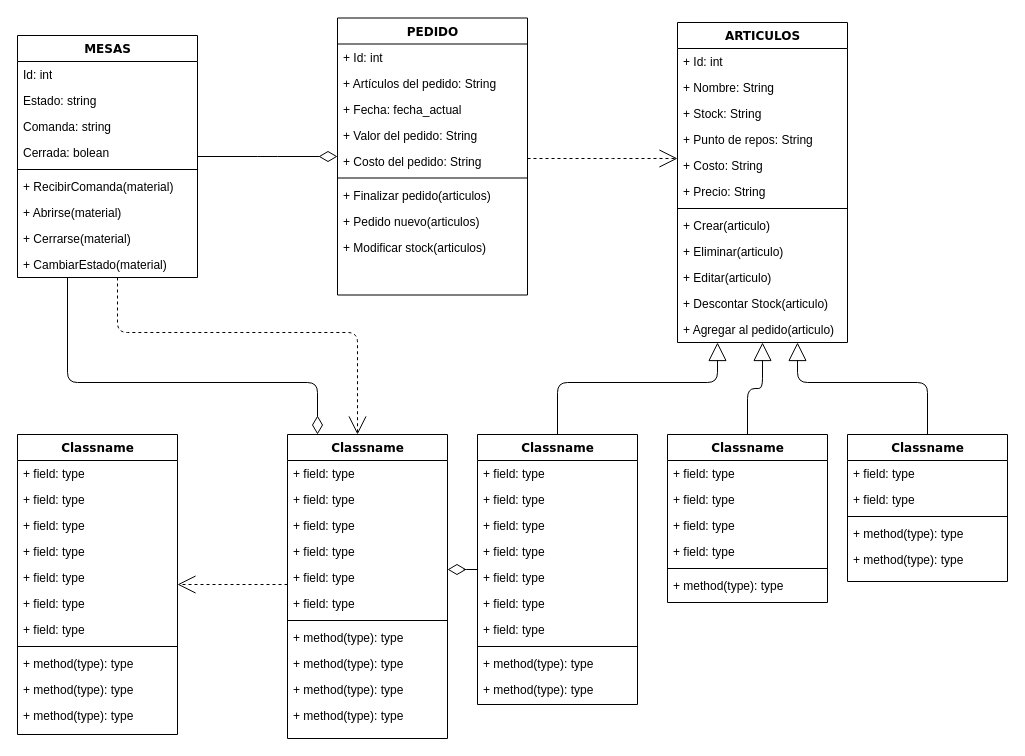
Before: Diagrama sin título.drawio in Dighitalsoluciones/bkparrillaelfogon, a draw.io diagram. Source tidied: cells renumbered, new cells numbered last; positions are measured from the earlier drawing's top-left corner, leaving out a move shared by most shapes. Both pictures are drawn from the tidied source at 100%, with x=0, y=0 at pixel (17, 18).
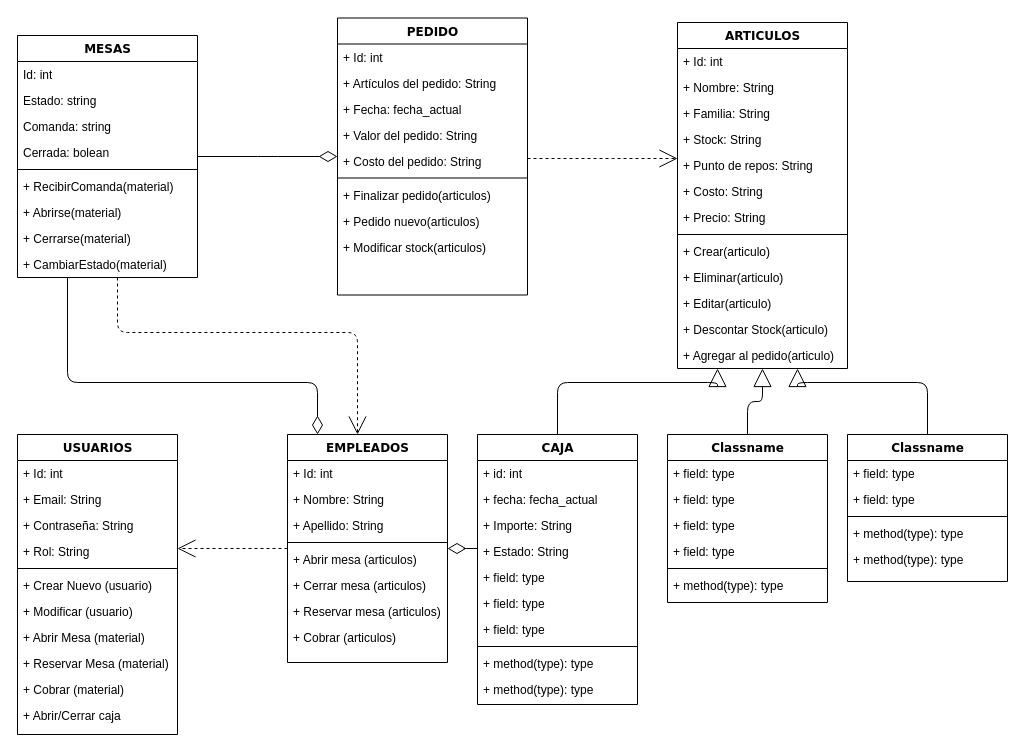
The same diagram, later.

Change to the diagram source:
```diff
@@
     <mxCell id="25" value="ARTICULOS" style="swimlane;html=1;fontStyle=1;align=center;verticalAlign=top;horizontal=1;startSize=26;swimlaneFillColor=#ffffff;rounded=0;shadow=0;comic=0;labelBackgroundColor=none;strokeWidth=1;fillColor=none;fontFamily=Verdana;fontSize=12;" parent="1" vertex="1">
-      <mxGeometry x="660" y="4" width="170" height="320" as="geometry" />
+      <mxGeometry x="660" y="4" width="170" height="346" as="geometry" />
     </mxCell>
@@
+    <mxCell id="92" value="+ Familia: String" style="text;html=1;strokeColor=none;fillColor=none;align=left;verticalAlign=top;spacingLeft=4;spacingRight=4;whiteSpace=wrap;overflow=hidden;" parent="25" vertex="1">
+      <mxGeometry y="78" width="170" height="26" as="geometry" />
+    </mxCell>
     <mxCell id="28" value="+ Stock: String" style="text;html=1;strokeColor=none;fillColor=none;align=left;verticalAlign=top;spacingLeft=4;spacingRight=4;whiteSpace=wrap;overflow=hidden;" parent="25" vertex="1">
-      <mxGeometry y="78" width="170" height="26" as="geometry" />
+      <mxGeometry y="104" width="170" height="26" as="geometry" />
     </mxCell>
     <mxCell id="29" value="+ Punto de repos: String" style="text;html=1;strokeColor=none;fillColor=none;align=left;verticalAlign=top;spacingLeft=4;spacingRight=4;whiteSpace=wrap;overflow=hidden;" parent="25" vertex="1">
-      <mxGeometry y="104" width="170" height="26" as="geometry" />
+      <mxGeometry y="130" width="170" height="26" as="geometry" />
     </mxCell>
     <mxCell id="30" value="+ Costo: String" style="text;html=1;strokeColor=none;fillColor=none;align=left;verticalAlign=top;spacingLeft=4;spacingRight=4;whiteSpace=wrap;overflow=hidden;" parent="25" vertex="1">
-      <mxGeometry y="130" width="170" height="26" as="geometry" />
+      <mxGeometry y="156" width="170" height="26" as="geometry" />
     </mxCell>
     <mxCell id="31" value="+ Precio: String" style="text;html=1;strokeColor=none;fillColor=none;align=left;verticalAlign=top;spacingLeft=4;spacingRight=4;whiteSpace=wrap;overflow=hidden;" parent="25" vertex="1">
-      <mxGeometry y="156" width="170" height="26" as="geometry" />
+      <mxGeometry y="182" width="170" height="26" as="geometry" />
     </mxCell>
     <mxCell id="32" style="line;html=1;strokeWidth=1;fillColor=none;align=left;verticalAlign=middle;spacingTop=-1;spacingLeft=3;spacingRight=3;labelPosition=right;" parent="25" vertex="1">
-      <mxGeometry y="182" width="170" height="8" as="geometry" />
+      <mxGeometry y="208" width="170" height="8" as="geometry" />
     </mxCell>
     <mxCell id="33" value="+ Crear(articulo)" style="text;html=1;strokeColor=none;fillColor=none;align=left;verticalAlign=top;spacingLeft=4;spacingRight=4;whiteSpace=wrap;overflow=hidden;" parent="25" vertex="1">
-      <mxGeometry y="190" width="170" height="26" as="geometry" />
+      <mxGeometry y="216" width="170" height="26" as="geometry" />
     </mxCell>
     <mxCell id="34" value="+ Eliminar(articulo)" style="text;html=1;strokeColor=none;fillColor=none;align=left;verticalAlign=top;spacingLeft=4;spacingRight=4;whiteSpace=wrap;overflow=hidden;" parent="25" vertex="1">
-      <mxGeometry y="216" width="170" height="26" as="geometry" />
+      <mxGeometry y="242" width="170" height="26" as="geometry" />
     </mxCell>
     <mxCell id="35" value="+ Editar(articulo)" style="text;html=1;strokeColor=none;fillColor=none;align=left;verticalAlign=top;spacingLeft=4;spacingRight=4;whiteSpace=wrap;overflow=hidden;" parent="25" vertex="1">
-      <mxGeometry y="242" width="170" height="26" as="geometry" />
+      <mxGeometry y="268" width="170" height="26" as="geometry" />
     </mxCell>
     <mxCell id="36" value="+ Descontar Stock(articulo)" style="text;html=1;strokeColor=none;fillColor=none;align=left;verticalAlign=top;spacingLeft=4;spacingRight=4;whiteSpace=wrap;overflow=hidden;" parent="25" vertex="1">
-      <mxGeometry y="268" width="170" height="26" as="geometry" />
+      <mxGeometry y="294" width="170" height="26" as="geometry" />
     </mxCell>
     <mxCell id="37" value="+ Agregar al pedido(articulo)" style="text;html=1;strokeColor=none;fillColor=none;align=left;verticalAlign=top;spacingLeft=4;spacingRight=4;whiteSpace=wrap;overflow=hidden;" parent="25" vertex="1">
-      <mxGeometry y="294" width="170" height="26" as="geometry" />
+      <mxGeometry y="320" width="170" height="26" as="geometry" />
     </mxCell>
@@
-    <mxCell id="39" value="Classname" style="swimlane;html=1;fontStyle=1;align=center;verticalAlign=top;horizontal=1;startSize=26;swimlaneFillColor=#ffffff;rounded=0;shadow=0;comic=0;labelBackgroundColor=none;strokeWidth=1;fillColor=none;fontFamily=Verdana;fontSize=12;" parent="1" vertex="1">
+    <mxCell id="39" value="USUARIOS" style="swimlane;html=1;fontStyle=1;align=center;verticalAlign=top;horizontal=1;startSize=26;swimlaneFillColor=#ffffff;rounded=0;shadow=0;comic=0;labelBackgroundColor=none;strokeWidth=1;fillColor=none;fontFamily=Verdana;fontSize=12;" parent="1" vertex="1">
       <mxGeometry y="416" width="160" height="300" as="geometry" />
     </mxCell>
-    <mxCell id="40" value="+ field: type" style="text;html=1;strokeColor=none;fillColor=none;align=left;verticalAlign=top;spacingLeft=4;spacingRight=4;whiteSpace=wrap;overflow=hidden;" parent="39" vertex="1">
+    <mxCell id="40" value="+ Id: int" style="text;html=1;strokeColor=none;fillColor=none;align=left;verticalAlign=top;spacingLeft=4;spacingRight=4;whiteSpace=wrap;overflow=hidden;" parent="39" vertex="1">
       <mxGeometry y="26" width="160" height="26" as="geometry" />
     </mxCell>
-    <mxCell id="41" value="+ field: type" style="text;html=1;strokeColor=none;fillColor=none;align=left;verticalAlign=top;spacingLeft=4;spacingRight=4;whiteSpace=wrap;overflow=hidden;" parent="39" vertex="1">
+    <mxCell id="41" value="+ Email: String" style="text;html=1;strokeColor=none;fillColor=none;align=left;verticalAlign=top;spacingLeft=4;spacingRight=4;whiteSpace=wrap;overflow=hidden;" parent="39" vertex="1">
       <mxGeometry y="52" width="160" height="26" as="geometry" />
     </mxCell>
-    <mxCell id="42" value="+ field: type" style="text;html=1;strokeColor=none;fillColor=none;align=left;verticalAlign=top;spacingLeft=4;spacingRight=4;whiteSpace=wrap;overflow=hidden;" parent="39" vertex="1">
+    <mxCell id="42" value="+ Contraseña: String" style="text;html=1;strokeColor=none;fillColor=none;align=left;verticalAlign=top;spacingLeft=4;spacingRight=4;whiteSpace=wrap;overflow=hidden;" parent="39" vertex="1">
       <mxGeometry y="78" width="160" height="26" as="geometry" />
     </mxCell>
-    <mxCell id="43" value="+ field: type" style="text;html=1;strokeColor=none;fillColor=none;align=left;verticalAlign=top;spacingLeft=4;spacingRight=4;whiteSpace=wrap;overflow=hidden;" parent="39" vertex="1">
+    <mxCell id="43" value="+ Rol: String" style="text;html=1;strokeColor=none;fillColor=none;align=left;verticalAlign=top;spacingLeft=4;spacingRight=4;whiteSpace=wrap;overflow=hidden;" parent="39" vertex="1">
       <mxGeometry y="104" width="160" height="26" as="geometry" />
     </mxCell>
-    <mxCell id="44" value="+ field: type" style="text;html=1;strokeColor=none;fillColor=none;align=left;verticalAlign=top;spacingLeft=4;spacingRight=4;whiteSpace=wrap;overflow=hidden;" parent="39" vertex="1">
-      <mxGeometry y="130" width="160" height="26" as="geometry" />
-    </mxCell>
-    <mxCell id="45" value="+ field: type" style="text;html=1;strokeColor=none;fillColor=none;align=left;verticalAlign=top;spacingLeft=4;spacingRight=4;whiteSpace=wrap;overflow=hidden;" parent="39" vertex="1">
-      <mxGeometry y="156" width="160" height="26" as="geometry" />
-    </mxCell>
-    <mxCell id="46" value="+ field: type" style="text;html=1;strokeColor=none;fillColor=none;align=left;verticalAlign=top;spacingLeft=4;spacingRight=4;whiteSpace=wrap;overflow=hidden;" parent="39" vertex="1">
-      <mxGeometry y="182" width="160" height="26" as="geometry" />
-    </mxCell>
     <mxCell id="47" style="line;html=1;strokeWidth=1;fillColor=none;align=left;verticalAlign=middle;spacingTop=-1;spacingLeft=3;spacingRight=3;labelPosition=right;" parent="39" vertex="1">
-      <mxGeometry y="208" width="160" height="8" as="geometry" />
+      <mxGeometry y="130" width="160" height="8" as="geometry" />
     </mxCell>
-    <mxCell id="48" value="+ method(type): type" style="text;html=1;strokeColor=none;fillColor=none;align=left;verticalAlign=top;spacingLeft=4;spacingRight=4;whiteSpace=wrap;overflow=hidden;" parent="39" vertex="1">
-      <mxGeometry y="216" width="160" height="26" as="geometry" />
+    <mxCell id="48" value="+ Crear Nuevo (usuario)" style="text;html=1;strokeColor=none;fillColor=none;align=left;verticalAlign=top;spacingLeft=4;spacingRight=4;whiteSpace=wrap;overflow=hidden;" parent="39" vertex="1">
+      <mxGeometry y="138" width="160" height="26" as="geometry" />
     </mxCell>
-    <mxCell id="49" value="+ method(type): type" style="text;html=1;strokeColor=none;fillColor=none;align=left;verticalAlign=top;spacingLeft=4;spacingRight=4;whiteSpace=wrap;overflow=hidden;" parent="39" vertex="1">
-      <mxGeometry y="242" width="160" height="26" as="geometry" />
+    <mxCell id="49" value="+ Modificar (usuario)" style="text;html=1;strokeColor=none;fillColor=none;align=left;verticalAlign=top;spacingLeft=4;spacingRight=4;whiteSpace=wrap;overflow=hidden;" parent="39" vertex="1">
+      <mxGeometry y="164" width="160" height="26" as="geometry" />
     </mxCell>
-    <mxCell id="50" value="+ method(type): type" style="text;html=1;strokeColor=none;fillColor=none;align=left;verticalAlign=top;spacingLeft=4;spacingRight=4;whiteSpace=wrap;overflow=hidden;" parent="39" vertex="1">
-      <mxGeometry y="268" width="160" height="26" as="geometry" />
+    <mxCell id="50" value="+ Abrir Mesa (material)" style="text;html=1;strokeColor=none;fillColor=none;align=left;verticalAlign=top;spacingLeft=4;spacingRight=4;whiteSpace=wrap;overflow=hidden;" parent="39" vertex="1">
+      <mxGeometry y="190" width="160" height="26" as="geometry" />
     </mxCell>
+    <mxCell id="93" value="+ Reservar Mesa (material)" style="text;html=1;strokeColor=none;fillColor=none;align=left;verticalAlign=top;spacingLeft=4;spacingRight=4;whiteSpace=wrap;overflow=hidden;" parent="39" vertex="1">
+      <mxGeometry y="216" width="160" height="26" as="geometry" />
+    </mxCell>
+    <mxCell id="94" value="+ Cobrar (material)" style="text;html=1;strokeColor=none;fillColor=none;align=left;verticalAlign=top;spacingLeft=4;spacingRight=4;whiteSpace=wrap;overflow=hidden;" parent="39" vertex="1">
+      <mxGeometry y="242" width="160" height="26" as="geometry" />
+    </mxCell>
+    <mxCell id="95" value="+ Abrir/Cerrar caja" style="text;html=1;strokeColor=none;fillColor=none;align=left;verticalAlign=top;spacingLeft=4;spacingRight=4;whiteSpace=wrap;overflow=hidden;" parent="39" vertex="1">
+      <mxGeometry y="268" width="160" height="26" as="geometry" />
+    </mxCell>
@@
-    <mxCell id="52" value="Classname" style="swimlane;html=1;fontStyle=1;align=center;verticalAlign=top;horizontal=1;startSize=26;swimlaneFillColor=#ffffff;rounded=0;shadow=0;comic=0;labelBackgroundColor=none;strokeWidth=1;fillColor=none;fontFamily=Verdana;fontSize=12;" parent="1" vertex="1">
-      <mxGeometry x="270" y="416" width="160" height="304" as="geometry" />
+    <mxCell id="52" value="EMPLEADOS" style="swimlane;html=1;fontStyle=1;align=center;verticalAlign=top;horizontal=1;startSize=26;swimlaneFillColor=#ffffff;rounded=0;shadow=0;comic=0;labelBackgroundColor=none;strokeWidth=1;fillColor=none;fontFamily=Verdana;fontSize=12;" parent="1" vertex="1">
+      <mxGeometry x="270" y="416" width="160" height="228" as="geometry" />
     </mxCell>
-    <mxCell id="53" value="+ field: type" style="text;html=1;strokeColor=none;fillColor=none;align=left;verticalAlign=top;spacingLeft=4;spacingRight=4;whiteSpace=wrap;overflow=hidden;" parent="52" vertex="1">
+    <mxCell id="53" value="+ Id: int" style="text;html=1;strokeColor=none;fillColor=none;align=left;verticalAlign=top;spacingLeft=4;spacingRight=4;whiteSpace=wrap;overflow=hidden;" parent="52" vertex="1">
       <mxGeometry y="26" width="160" height="26" as="geometry" />
     </mxCell>
-    <mxCell id="54" value="+ field: type" style="text;html=1;strokeColor=none;fillColor=none;align=left;verticalAlign=top;spacingLeft=4;spacingRight=4;whiteSpace=wrap;overflow=hidden;" parent="52" vertex="1">
+    <mxCell id="54" value="+ Nombre: String" style="text;html=1;strokeColor=none;fillColor=none;align=left;verticalAlign=top;spacingLeft=4;spacingRight=4;whiteSpace=wrap;overflow=hidden;" parent="52" vertex="1">
       <mxGeometry y="52" width="160" height="26" as="geometry" />
     </mxCell>
-    <mxCell id="55" value="+ field: type" style="text;html=1;strokeColor=none;fillColor=none;align=left;verticalAlign=top;spacingLeft=4;spacingRight=4;whiteSpace=wrap;overflow=hidden;" parent="52" vertex="1">
+    <mxCell id="55" value="+ Apellido: String" style="text;html=1;strokeColor=none;fillColor=none;align=left;verticalAlign=top;spacingLeft=4;spacingRight=4;whiteSpace=wrap;overflow=hidden;" parent="52" vertex="1">
       <mxGeometry y="78" width="160" height="26" as="geometry" />
     </mxCell>
-    <mxCell id="56" value="+ field: type" style="text;html=1;strokeColor=none;fillColor=none;align=left;verticalAlign=top;spacingLeft=4;spacingRight=4;whiteSpace=wrap;overflow=hidden;" parent="52" vertex="1">
-      <mxGeometry y="104" width="160" height="26" as="geometry" />
-    </mxCell>
-    <mxCell id="57" value="+ field: type" style="text;html=1;strokeColor=none;fillColor=none;align=left;verticalAlign=top;spacingLeft=4;spacingRight=4;whiteSpace=wrap;overflow=hidden;" parent="52" vertex="1">
-      <mxGeometry y="130" width="160" height="26" as="geometry" />
-    </mxCell>
-    <mxCell id="58" value="+ field: type" style="text;html=1;strokeColor=none;fillColor=none;align=left;verticalAlign=top;spacingLeft=4;spacingRight=4;whiteSpace=wrap;overflow=hidden;" parent="52" vertex="1">
-      <mxGeometry y="156" width="160" height="26" as="geometry" />
-    </mxCell>
     <mxCell id="59" style="line;html=1;strokeWidth=1;fillColor=none;align=left;verticalAlign=middle;spacingTop=-1;spacingLeft=3;spacingRight=3;labelPosition=right;" parent="52" vertex="1">
-      <mxGeometry y="182" width="160" height="8" as="geometry" />
+      <mxGeometry y="104" width="160" height="8" as="geometry" />
     </mxCell>
-    <mxCell id="60" value="+ method(type): type" style="text;html=1;strokeColor=none;fillColor=none;align=left;verticalAlign=top;spacingLeft=4;spacingRight=4;whiteSpace=wrap;overflow=hidden;" parent="52" vertex="1">
-      <mxGeometry y="190" width="160" height="26" as="geometry" />
+    <mxCell id="60" value="+ Abrir mesa (articulos)" style="text;html=1;strokeColor=none;fillColor=none;align=left;verticalAlign=top;spacingLeft=4;spacingRight=4;whiteSpace=wrap;overflow=hidden;" parent="52" vertex="1">
+      <mxGeometry y="112" width="160" height="26" as="geometry" />
     </mxCell>
-    <mxCell id="61" value="+ method(type): type" style="text;html=1;strokeColor=none;fillColor=none;align=left;verticalAlign=top;spacingLeft=4;spacingRight=4;whiteSpace=wrap;overflow=hidden;" parent="52" vertex="1">
-      <mxGeometry y="216" width="160" height="26" as="geometry" />
+    <mxCell id="61" value="+ Cerrar mesa (articulos)" style="text;html=1;strokeColor=none;fillColor=none;align=left;verticalAlign=top;spacingLeft=4;spacingRight=4;whiteSpace=wrap;overflow=hidden;" parent="52" vertex="1">
+      <mxGeometry y="138" width="160" height="26" as="geometry" />
     </mxCell>
-    <mxCell id="62" value="+ method(type): type" style="text;html=1;strokeColor=none;fillColor=none;align=left;verticalAlign=top;spacingLeft=4;spacingRight=4;whiteSpace=wrap;overflow=hidden;" parent="52" vertex="1">
-      <mxGeometry y="242" width="160" height="26" as="geometry" />
+    <mxCell id="62" value="+ Reservar mesa (articulos)" style="text;html=1;strokeColor=none;fillColor=none;align=left;verticalAlign=top;spacingLeft=4;spacingRight=4;whiteSpace=wrap;overflow=hidden;" parent="52" vertex="1">
+      <mxGeometry y="164" width="160" height="26" as="geometry" />
     </mxCell>
-    <mxCell id="63" value="+ method(type): type" style="text;html=1;strokeColor=none;fillColor=none;align=left;verticalAlign=top;spacingLeft=4;spacingRight=4;whiteSpace=wrap;overflow=hidden;" parent="52" vertex="1">
-      <mxGeometry y="268" width="160" height="26" as="geometry" />
+    <mxCell id="63" value="+ Cobrar (articulos)" style="text;html=1;strokeColor=none;fillColor=none;align=left;verticalAlign=top;spacingLeft=4;spacingRight=4;whiteSpace=wrap;overflow=hidden;" parent="52" vertex="1">
+      <mxGeometry y="190" width="160" height="26" as="geometry" />
     </mxCell>
@@
-    <mxCell id="65" value="Classname" style="swimlane;html=1;fontStyle=1;align=center;verticalAlign=top;horizontal=1;startSize=26;swimlaneFillColor=#ffffff;rounded=0;shadow=0;comic=0;labelBackgroundColor=none;strokeWidth=1;fillColor=none;fontFamily=Verdana;fontSize=12;" parent="1" vertex="1">
+    <mxCell id="65" value="CAJA" style="swimlane;html=1;fontStyle=1;align=center;verticalAlign=top;horizontal=1;startSize=26;swimlaneFillColor=#ffffff;rounded=0;shadow=0;comic=0;labelBackgroundColor=none;strokeWidth=1;fillColor=none;fontFamily=Verdana;fontSize=12;" parent="1" vertex="1">
       <mxGeometry x="460" y="416" width="160" height="270" as="geometry" />
     </mxCell>
-    <mxCell id="66" value="+ field: type" style="text;html=1;strokeColor=none;fillColor=none;align=left;verticalAlign=top;spacingLeft=4;spacingRight=4;whiteSpace=wrap;overflow=hidden;" parent="65" vertex="1">
+    <mxCell id="66" value="+ id: int" style="text;html=1;strokeColor=none;fillColor=none;align=left;verticalAlign=top;spacingLeft=4;spacingRight=4;whiteSpace=wrap;overflow=hidden;" parent="65" vertex="1">
       <mxGeometry y="26" width="160" height="26" as="geometry" />
     </mxCell>
-    <mxCell id="67" value="+ field: type" style="text;html=1;strokeColor=none;fillColor=none;align=left;verticalAlign=top;spacingLeft=4;spacingRight=4;whiteSpace=wrap;overflow=hidden;" parent="65" vertex="1">
+    <mxCell id="67" value="+ fecha: fecha_actual" style="text;html=1;strokeColor=none;fillColor=none;align=left;verticalAlign=top;spacingLeft=4;spacingRight=4;whiteSpace=wrap;overflow=hidden;" parent="65" vertex="1">
       <mxGeometry y="52" width="160" height="26" as="geometry" />
     </mxCell>
-    <mxCell id="68" value="+ field: type" style="text;html=1;strokeColor=none;fillColor=none;align=left;verticalAlign=top;spacingLeft=4;spacingRight=4;whiteSpace=wrap;overflow=hidden;" parent="65" vertex="1">
+    <mxCell id="68" value="+ Importe: String" style="text;html=1;strokeColor=none;fillColor=none;align=left;verticalAlign=top;spacingLeft=4;spacingRight=4;whiteSpace=wrap;overflow=hidden;" parent="65" vertex="1">
       <mxGeometry y="78" width="160" height="26" as="geometry" />
     </mxCell>
-    <mxCell id="69" value="+ field: type" style="text;html=1;strokeColor=none;fillColor=none;align=left;verticalAlign=top;spacingLeft=4;spacingRight=4;whiteSpace=wrap;overflow=hidden;" parent="65" vertex="1">
+    <mxCell id="69" value="+ Estado: String" style="text;html=1;strokeColor=none;fillColor=none;align=left;verticalAlign=top;spacingLeft=4;spacingRight=4;whiteSpace=wrap;overflow=hidden;" parent="65" vertex="1">
       <mxGeometry y="104" width="160" height="26" as="geometry" />
     </mxCell>
```
